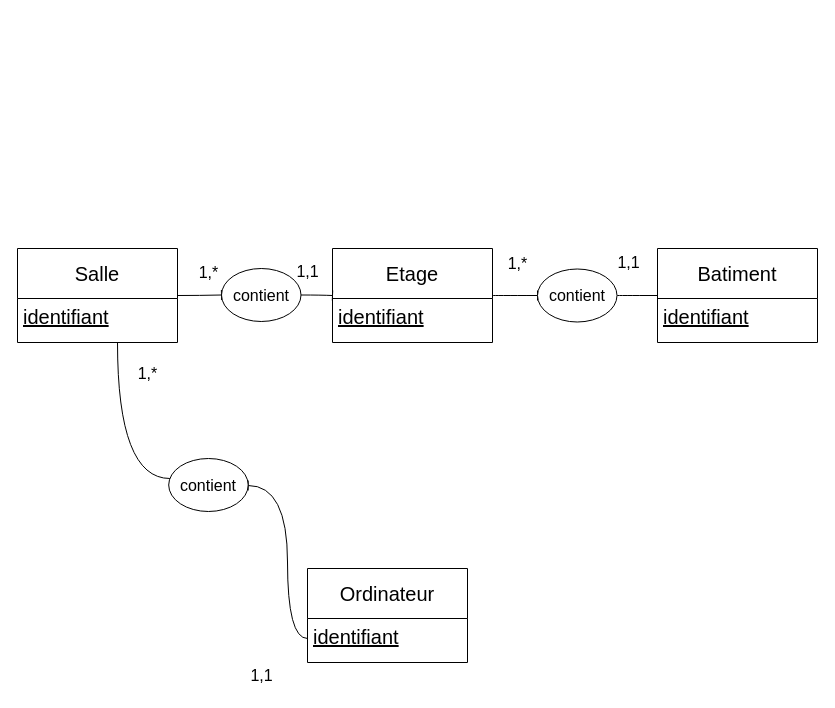
The draw.io diagram TD merise avancee 1.drawio in black-purple/diagrams, before the edit. Source tidied: cells renumbered, new cells numbered last; positions are measured from the earlier drawing's top-left corner, leaving out a move shared by most shapes. Both pictures are drawn from the tidied source at 100%, with x=0, y=0 at pixel (17, 247).
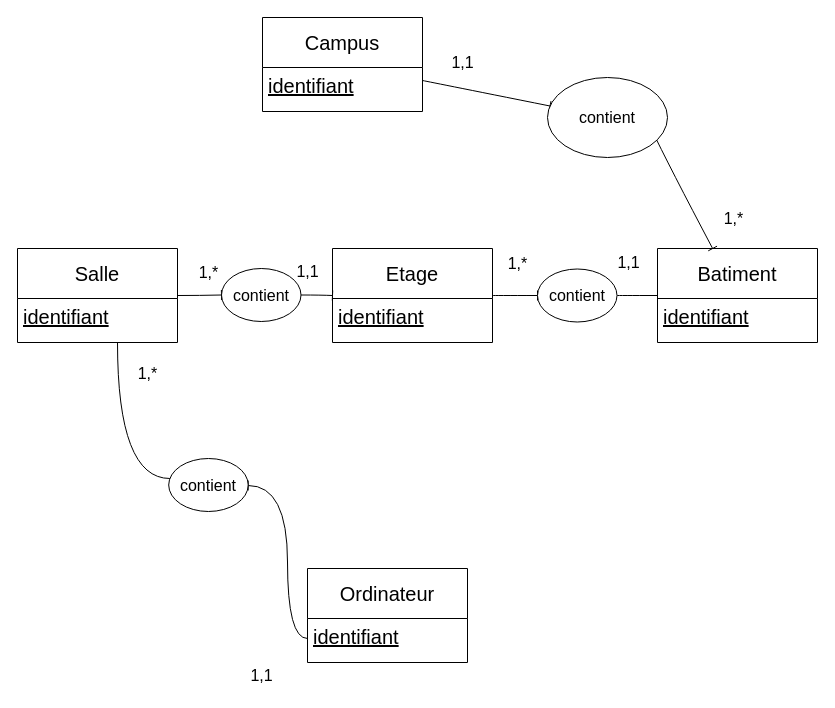
The same page after the edit.

Unchanged cells that the change refers to:
```xml
<mxCell id="7" value="Batiment" style="swimlane;fontStyle=0;horizontal=1;startSize=50;fillColor=none;whiteSpace=wrap;html=1;fontSize=20;" parent="1" vertex="1">
  <mxGeometry x="640" y="1" width="160" height="94" as="geometry" />
</mxCell>
```

What changed in the source:
```diff
@@
+    <mxCell id="25" style="edgeStyle=none;curved=1;rounded=0;jettySize=auto;html=1;fontSize=12;startSize=8;endSize=8;endArrow=baseDash;endFill=0;" parent="1" edge="1" source="29" target="7">
+      <mxGeometry relative="1" as="geometry">
+        <Array as="points">
+          <mxPoint x="610" y="-160" />
+        </Array>
+      </mxGeometry>
+    </mxCell>
+    <mxCell id="26" value="Campus" style="swimlane;fontStyle=0;horizontal=1;startSize=50;fillColor=none;whiteSpace=wrap;html=1;fontSize=20;" parent="1" vertex="1">
+      <mxGeometry x="245" y="-230" width="160" height="94" as="geometry" />
+    </mxCell>
+    <mxCell id="27" value="&lt;u style=&quot;font-size: 20px;&quot;&gt;identifiant&lt;/u&gt;" style="text;strokeColor=none;fillColor=none;align=left;verticalAlign=top;spacingLeft=4;spacingRight=4;overflow=hidden;whiteSpace=wrap;html=1;fontSize=20;imageWidth=27;imageHeight=27;" parent="26" vertex="1">
+      <mxGeometry y="50" width="160" height="44" as="geometry" />
+    </mxCell>
+    <mxCell id="28" style="edgeStyle=none;curved=1;rounded=0;jettySize=auto;html=1;fontSize=12;startSize=8;endSize=8;endArrow=baseDash;endFill=0;" parent="1" edge="1" source="26" target="29">
+      <mxGeometry relative="1" as="geometry" />
+    </mxCell>
+    <mxCell id="29" value="contient" style="ellipse;whiteSpace=wrap;html=1;fontSize=16;" parent="1" vertex="1">
+      <mxGeometry x="530" y="-170" width="120" height="80" as="geometry" />
+    </mxCell>
+    <mxCell id="30" value="1,1" style="text;html=1;align=center;verticalAlign=middle;strokeColor=none;fillColor=none;fontSize=16;" parent="1" vertex="1">
+      <mxGeometry x="420" y="-200" width="50" height="30" as="geometry" />
+    </mxCell>
+    <mxCell id="31" value="1,*" style="text;html=1;align=center;verticalAlign=middle;strokeColor=none;fillColor=none;fontSize=16;" parent="1" vertex="1">
+      <mxGeometry x="696" y="-44.5" width="40" height="30" as="geometry" />
+    </mxCell>
```
